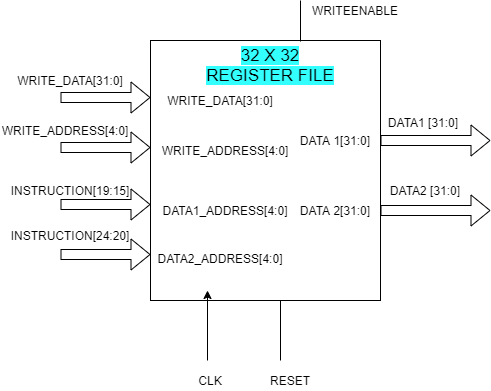
Before: images/hardware_units/reg_file/reg_file.png, a diagram exported from draw.io (cepdnaclk/e16-co502-RV32IM-pipeline-implementation-group1). Source tidied: cells renumbered, new cells last; positions are measured from the earlier drawing's top-left corner, leaving out a move shared by most shapes. Source of this version:
```xml
<mxGraphModel>
  <root>
    <mxCell id="0" />
    <mxCell id="1" parent="0" />
    <mxCell id="2" style="rounded=0;whiteSpace=wrap;html=1;" parent="1" vertex="1">
      <mxGeometry x="150" y="40" width="230" height="260" as="geometry" />
    </mxCell>
    <mxCell id="3" value="&lt;font style=&quot;font-size: 17px ; background-color: rgb(51 , 255 , 255)&quot;&gt;32 X 32&lt;br&gt;REGISTER FILE&lt;/font&gt;" style="text;html=1;strokeColor=none;fillColor=none;align=center;verticalAlign=middle;whiteSpace=wrap;rounded=0;" parent="1" vertex="1">
      <mxGeometry x="200" y="40" width="140" height="50" as="geometry" />
    </mxCell>
    <mxCell id="4" style="shape=flexArrow;endArrow=classic;html=1;" parent="1" edge="1">
      <mxGeometry relative="1" as="geometry">
        <mxPoint x="60" y="97" as="sourcePoint" />
        <mxPoint x="150" y="97" as="targetPoint" />
      </mxGeometry>
    </mxCell>
    <mxCell id="5" style="shape=flexArrow;endArrow=classic;html=1;" parent="1" edge="1">
      <mxGeometry relative="1" as="geometry">
        <mxPoint x="60" y="147" as="sourcePoint" />
        <mxPoint x="150" y="147" as="targetPoint" />
      </mxGeometry>
    </mxCell>
    <mxCell id="6" style="shape=flexArrow;endArrow=classic;html=1;" parent="1" edge="1">
      <mxGeometry relative="1" as="geometry">
        <mxPoint x="60" y="204" as="sourcePoint" />
        <mxPoint x="150" y="204" as="targetPoint" />
      </mxGeometry>
    </mxCell>
    <mxCell id="7" style="shape=flexArrow;endArrow=classic;html=1;" parent="1" edge="1">
      <mxGeometry relative="1" as="geometry">
        <mxPoint x="60" y="254" as="sourcePoint" />
        <mxPoint x="150" y="254" as="targetPoint" />
      </mxGeometry>
    </mxCell>
    <mxCell id="8" style="shape=flexArrow;endArrow=classic;html=1;" parent="1" edge="1">
      <mxGeometry relative="1" as="geometry">
        <mxPoint x="380" y="140" as="sourcePoint" />
        <mxPoint x="490" y="140" as="targetPoint" />
      </mxGeometry>
    </mxCell>
    <mxCell id="9" style="shape=flexArrow;endArrow=classic;html=1;" parent="1" edge="1">
      <mxGeometry relative="1" as="geometry">
        <mxPoint x="380" y="210" as="sourcePoint" />
        <mxPoint x="490" y="210" as="targetPoint" />
      </mxGeometry>
    </mxCell>
    <mxCell id="10" style="endArrow=classic;html=1;" parent="1" edge="1">
      <mxGeometry relative="1" as="geometry">
        <mxPoint x="207" y="360" as="sourcePoint" />
        <mxPoint x="207" y="290" as="targetPoint" />
      </mxGeometry>
    </mxCell>
    <mxCell id="11" value="CLK" style="text;html=1;strokeColor=none;fillColor=none;align=center;verticalAlign=middle;whiteSpace=wrap;rounded=0;" parent="1" vertex="1">
      <mxGeometry x="190" y="370" width="40" height="20" as="geometry" />
    </mxCell>
    <mxCell id="12" style="endArrow=none;html=1;" parent="1" edge="1">
      <mxGeometry relative="1" as="geometry">
        <mxPoint x="280" y="360" as="sourcePoint" />
        <mxPoint x="280" y="300" as="targetPoint" />
      </mxGeometry>
    </mxCell>
    <mxCell id="13" value="RESET" style="text;html=1;strokeColor=none;fillColor=none;align=center;verticalAlign=middle;whiteSpace=wrap;rounded=0;" parent="1" vertex="1">
      <mxGeometry x="270" y="370" width="40" height="20" as="geometry" />
    </mxCell>
    <mxCell id="14" style="endArrow=none;html=1;" parent="1" edge="1">
      <mxGeometry relative="1" as="geometry">
        <mxPoint x="300" y="41" as="sourcePoint" />
        <mxPoint x="300" as="targetPoint" />
      </mxGeometry>
    </mxCell>
    <mxCell id="15" value="WRITEENABLE" style="text;html=1;strokeColor=none;fillColor=none;align=center;verticalAlign=middle;whiteSpace=wrap;rounded=0;" parent="1" vertex="1">
      <mxGeometry x="310" width="90" height="20" as="geometry" />
    </mxCell>
    <mxCell id="16" value="DATA2_ADDRESS[4:0]" style="text;html=1;strokeColor=none;fillColor=none;align=center;verticalAlign=middle;whiteSpace=wrap;rounded=0;" parent="1" vertex="1">
      <mxGeometry x="160" y="245" width="120" height="25" as="geometry" />
    </mxCell>
    <mxCell id="17" value="DATA1_ADDRESS[4:0]" style="text;html=1;strokeColor=none;fillColor=none;align=center;verticalAlign=middle;whiteSpace=wrap;rounded=0;" parent="1" vertex="1">
      <mxGeometry x="160" y="200" width="130" height="20" as="geometry" />
    </mxCell>
    <mxCell id="18" style="edgeStyle=orthogonalEdgeStyle;rounded=0;orthogonalLoop=1;jettySize=auto;html=1;exitX=0.5;exitY=1;exitDx=0;exitDy=0;" parent="1" edge="1" source="17" target="17">
      <mxGeometry relative="1" as="geometry" />
    </mxCell>
    <mxCell id="19" value="WRITE_ADDRESS[4:0]" style="text;html=1;strokeColor=none;fillColor=none;align=center;verticalAlign=middle;whiteSpace=wrap;rounded=0;" parent="1" vertex="1">
      <mxGeometry x="160" y="140" width="130" height="20" as="geometry" />
    </mxCell>
    <mxCell id="20" value="WRITE_DATA[31:0]" style="text;html=1;strokeColor=none;fillColor=none;align=center;verticalAlign=middle;whiteSpace=wrap;rounded=0;" parent="1" vertex="1">
      <mxGeometry x="160" y="90" width="120" height="20" as="geometry" />
    </mxCell>
    <mxCell id="21" value="DATA 1[31:0]" style="text;html=1;strokeColor=none;fillColor=none;align=center;verticalAlign=middle;whiteSpace=wrap;rounded=0;" parent="1" vertex="1">
      <mxGeometry x="290" y="130" width="90" height="20" as="geometry" />
    </mxCell>
    <mxCell id="22" value="DATA 2[31:0]" style="text;html=1;strokeColor=none;fillColor=none;align=center;verticalAlign=middle;whiteSpace=wrap;rounded=0;" parent="1" vertex="1">
      <mxGeometry x="290" y="200" width="90" height="20" as="geometry" />
    </mxCell>
    <mxCell id="23" value="INSTRUCTION[19:15]" style="text;html=1;strokeColor=none;fillColor=none;align=center;verticalAlign=middle;whiteSpace=wrap;rounded=0;" parent="1" vertex="1">
      <mxGeometry x="10" y="180" width="120" height="20" as="geometry" />
    </mxCell>
    <mxCell id="24" value="INSTRUCTION[24:20]" style="text;html=1;strokeColor=none;fillColor=none;align=center;verticalAlign=middle;whiteSpace=wrap;rounded=0;" parent="1" vertex="1">
      <mxGeometry x="10" y="225" width="120" height="20" as="geometry" />
    </mxCell>
    <mxCell id="25" value="WRITE_DATA[31:0]" style="text;html=1;strokeColor=none;fillColor=none;align=center;verticalAlign=middle;whiteSpace=wrap;rounded=0;" parent="1" vertex="1">
      <mxGeometry x="10" y="70" width="120" height="20" as="geometry" />
    </mxCell>
    <mxCell id="26" value="WRITE_ADDRESS[4:0]" style="text;html=1;strokeColor=none;fillColor=none;align=center;verticalAlign=middle;whiteSpace=wrap;rounded=0;" parent="1" vertex="1">
      <mxGeometry y="120" width="130" height="20" as="geometry" />
    </mxCell>
    <mxCell id="27" value="DATA1 [31:0]" style="text;html=1;strokeColor=none;fillColor=none;align=center;verticalAlign=middle;whiteSpace=wrap;rounded=0;" parent="1" vertex="1">
      <mxGeometry x="378" y="112" width="90" height="20" as="geometry" />
    </mxCell>
    <mxCell id="28" value="DATA2 [31:0]" style="text;html=1;strokeColor=none;fillColor=none;align=center;verticalAlign=middle;whiteSpace=wrap;rounded=0;" parent="1" vertex="1">
      <mxGeometry x="380" y="180" width="90" height="20" as="geometry" />
    </mxCell>
  </root>
</mxGraphModel>
```
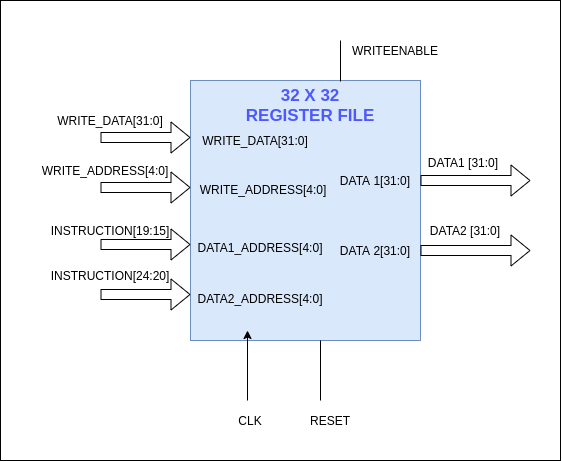
The same diagram one commit later.

What changed in the source:
```diff
@@ -2,113 +2,119 @@
   <root>
     <mxCell id="0" />
     <mxCell id="1" parent="0" />
-    <mxCell id="2" style="rounded=0;whiteSpace=wrap;html=1;" parent="1" vertex="1">
-      <mxGeometry x="150" y="40" width="230" height="260" as="geometry" />
+    <mxCell id="2" style="group;" parent="1" vertex="1">
+      <mxGeometry x="150" y="40" width="560" height="460" as="geometry" />
     </mxCell>
-    <mxCell id="3" value="&lt;font style=&quot;font-size: 17px ; background-color: rgb(51 , 255 , 255)&quot;&gt;32 X 32&lt;br&gt;REGISTER FILE&lt;/font&gt;" style="text;html=1;strokeColor=none;fillColor=none;align=center;verticalAlign=middle;whiteSpace=wrap;rounded=0;" parent="1" vertex="1">
-      <mxGeometry x="200" y="40" width="140" height="50" as="geometry" />
+    <mxCell id="3" style="rounded=0;whiteSpace=wrap;html=1;" parent="2" vertex="1">
+      <mxGeometry width="560" height="460" as="geometry" />
     </mxCell>
-    <mxCell id="4" style="shape=flexArrow;endArrow=classic;html=1;" parent="1" edge="1">
-      <mxGeometry relative="1" as="geometry">
-        <mxPoint x="60" y="97" as="sourcePoint" />
-        <mxPoint x="150" y="97" as="targetPoint" />
-      </mxGeometry>
+    <mxCell id="4" style="rounded=0;whiteSpace=wrap;html=1;fillColor=#dae8fc;strokeColor=#6c8ebf;" parent="2" vertex="1">
+      <mxGeometry x="190" y="80" width="230" height="260" as="geometry" />
     </mxCell>
-    <mxCell id="5" style="shape=flexArrow;endArrow=classic;html=1;" parent="1" edge="1">
-      <mxGeometry relative="1" as="geometry">
-        <mxPoint x="60" y="147" as="sourcePoint" />
-        <mxPoint x="150" y="147" as="targetPoint" />
-      </mxGeometry>
+    <mxCell id="5" value="&lt;font style=&quot;font-size: 17px&quot; color=&quot;#4d58ff&quot;&gt;&lt;b&gt;32 X 32&lt;br&gt;REGISTER FILE&lt;/b&gt;&lt;/font&gt;" style="text;html=1;strokeColor=none;fillColor=none;align=center;verticalAlign=middle;whiteSpace=wrap;rounded=0;" parent="2" vertex="1">
+      <mxGeometry x="240" y="80" width="140" height="50" as="geometry" />
     </mxCell>
-    <mxCell id="6" style="shape=flexArrow;endArrow=classic;html=1;" parent="1" edge="1">
+    <mxCell id="6" style="shape=flexArrow;endArrow=classic;html=1;" parent="2" edge="1">
       <mxGeometry relative="1" as="geometry">
-        <mxPoint x="60" y="204" as="sourcePoint" />
-        <mxPoint x="150" y="204" as="targetPoint" />
+        <mxPoint x="100" y="137" as="sourcePoint" />
+        <mxPoint x="190" y="137" as="targetPoint" />
       </mxGeometry>
     </mxCell>
-    <mxCell id="7" style="shape=flexArrow;endArrow=classic;html=1;" parent="1" edge="1">
+    <mxCell id="7" style="shape=flexArrow;endArrow=classic;html=1;" parent="2" edge="1">
       <mxGeometry relative="1" as="geometry">
-        <mxPoint x="60" y="254" as="sourcePoint" />
-        <mxPoint x="150" y="254" as="targetPoint" />
+        <mxPoint x="100" y="187" as="sourcePoint" />
+        <mxPoint x="190" y="187" as="targetPoint" />
       </mxGeometry>
     </mxCell>
-    <mxCell id="8" style="shape=flexArrow;endArrow=classic;html=1;" parent="1" edge="1">
+    <mxCell id="8" style="shape=flexArrow;endArrow=classic;html=1;" parent="2" edge="1">
       <mxGeometry relative="1" as="geometry">
-        <mxPoint x="380" y="140" as="sourcePoint" />
-        <mxPoint x="490" y="140" as="targetPoint" />
+        <mxPoint x="100" y="244" as="sourcePoint" />
+        <mxPoint x="190" y="244" as="targetPoint" />
       </mxGeometry>
     </mxCell>
-    <mxCell id="9" style="shape=flexArrow;endArrow=classic;html=1;" parent="1" edge="1">
+    <mxCell id="9" style="shape=flexArrow;endArrow=classic;html=1;" parent="2" edge="1">
       <mxGeometry relative="1" as="geometry">
-        <mxPoint x="380" y="210" as="sourcePoint" />
-        <mxPoint x="490" y="210" as="targetPoint" />
+        <mxPoint x="100" y="294" as="sourcePoint" />
+        <mxPoint x="190" y="294" as="targetPoint" />
       </mxGeometry>
     </mxCell>
-    <mxCell id="10" style="endArrow=classic;html=1;" parent="1" edge="1">
+    <mxCell id="10" style="shape=flexArrow;endArrow=classic;html=1;" parent="2" edge="1">
       <mxGeometry relative="1" as="geometry">
-        <mxPoint x="207" y="360" as="sourcePoint" />
-        <mxPoint x="207" y="290" as="targetPoint" />
+        <mxPoint x="420" y="180" as="sourcePoint" />
+        <mxPoint x="530" y="180" as="targetPoint" />
       </mxGeometry>
     </mxCell>
-    <mxCell id="11" value="CLK" style="text;html=1;strokeColor=none;fillColor=none;align=center;verticalAlign=middle;whiteSpace=wrap;rounded=0;" parent="1" vertex="1">
-      <mxGeometry x="190" y="370" width="40" height="20" as="geometry" />
+    <mxCell id="11" style="shape=flexArrow;endArrow=classic;html=1;" parent="2" edge="1">
+      <mxGeometry relative="1" as="geometry">
+        <mxPoint x="420" y="250" as="sourcePoint" />
+        <mxPoint x="530" y="250" as="targetPoint" />
+      </mxGeometry>
     </mxCell>
-    <mxCell id="12" style="endArrow=none;html=1;" parent="1" edge="1">
+    <mxCell id="12" style="endArrow=classic;html=1;" parent="2" edge="1">
       <mxGeometry relative="1" as="geometry">
-        <mxPoint x="280" y="360" as="sourcePoint" />
-        <mxPoint x="280" y="300" as="targetPoint" />
+        <mxPoint x="247" y="400" as="sourcePoint" />
+        <mxPoint x="247" y="330" as="targetPoint" />
       </mxGeometry>
     </mxCell>
-    <mxCell id="13" value="RESET" style="text;html=1;strokeColor=none;fillColor=none;align=center;verticalAlign=middle;whiteSpace=wrap;rounded=0;" parent="1" vertex="1">
-      <mxGeometry x="270" y="370" width="40" height="20" as="geometry" />
+    <mxCell id="13" value="CLK" style="text;html=1;strokeColor=none;fillColor=none;align=center;verticalAlign=middle;whiteSpace=wrap;rounded=0;" parent="2" vertex="1">
+      <mxGeometry x="230" y="410" width="40" height="20" as="geometry" />
     </mxCell>
-    <mxCell id="14" style="endArrow=none;html=1;" parent="1" edge="1">
+    <mxCell id="14" style="endArrow=none;html=1;" parent="2" edge="1">
       <mxGeometry relative="1" as="geometry">
-        <mxPoint x="300" y="41" as="sourcePoint" />
-        <mxPoint x="300" as="targetPoint" />
+        <mxPoint x="320" y="400" as="sourcePoint" />
+        <mxPoint x="320" y="340" as="targetPoint" />
       </mxGeometry>
     </mxCell>
-    <mxCell id="15" value="WRITEENABLE" style="text;html=1;strokeColor=none;fillColor=none;align=center;verticalAlign=middle;whiteSpace=wrap;rounded=0;" parent="1" vertex="1">
-      <mxGeometry x="310" width="90" height="20" as="geometry" />
+    <mxCell id="15" value="RESET" style="text;html=1;strokeColor=none;fillColor=none;align=center;verticalAlign=middle;whiteSpace=wrap;rounded=0;" parent="2" vertex="1">
+      <mxGeometry x="310" y="410" width="40" height="20" as="geometry" />
     </mxCell>
-    <mxCell id="16" value="DATA2_ADDRESS[4:0]" style="text;html=1;strokeColor=none;fillColor=none;align=center;verticalAlign=middle;whiteSpace=wrap;rounded=0;" parent="1" vertex="1">
-      <mxGeometry x="160" y="245" width="120" height="25" as="geometry" />
+    <mxCell id="16" style="endArrow=none;html=1;" parent="2" edge="1">
+      <mxGeometry relative="1" as="geometry">
+        <mxPoint x="340" y="81" as="sourcePoint" />
+        <mxPoint x="340" y="40" as="targetPoint" />
+      </mxGeometry>
     </mxCell>
-    <mxCell id="17" value="DATA1_ADDRESS[4:0]" style="text;html=1;strokeColor=none;fillColor=none;align=center;verticalAlign=middle;whiteSpace=wrap;rounded=0;" parent="1" vertex="1">
-      <mxGeometry x="160" y="200" width="130" height="20" as="geometry" />
+    <mxCell id="17" value="WRITEENABLE" style="text;html=1;strokeColor=none;fillColor=none;align=center;verticalAlign=middle;whiteSpace=wrap;rounded=0;" parent="2" vertex="1">
+      <mxGeometry x="350" y="40" width="90" height="20" as="geometry" />
     </mxCell>
-    <mxCell id="18" style="edgeStyle=orthogonalEdgeStyle;rounded=0;orthogonalLoop=1;jettySize=auto;html=1;exitX=0.5;exitY=1;exitDx=0;exitDy=0;" parent="1" edge="1" source="17" target="17">
-      <mxGeometry relative="1" as="geometry" />
+    <mxCell id="18" value="DATA2_ADDRESS[4:0]" style="text;html=1;strokeColor=none;fillColor=none;align=center;verticalAlign=middle;whiteSpace=wrap;rounded=0;" parent="2" vertex="1">
+      <mxGeometry x="200" y="285" width="120" height="25" as="geometry" />
     </mxCell>
-    <mxCell id="19" value="WRITE_ADDRESS[4:0]" style="text;html=1;strokeColor=none;fillColor=none;align=center;verticalAlign=middle;whiteSpace=wrap;rounded=0;" parent="1" vertex="1">
-      <mxGeometry x="160" y="140" width="130" height="20" as="geometry" />
+    <mxCell id="19" value="DATA1_ADDRESS[4:0]" style="text;html=1;strokeColor=none;fillColor=none;align=center;verticalAlign=middle;whiteSpace=wrap;rounded=0;" parent="2" vertex="1">
+      <mxGeometry x="195" y="237" width="130" height="20" as="geometry" />
     </mxCell>
-    <mxCell id="20" value="WRITE_DATA[31:0]" style="text;html=1;strokeColor=none;fillColor=none;align=center;verticalAlign=middle;whiteSpace=wrap;rounded=0;" parent="1" vertex="1">
-      <mxGeometry x="160" y="90" width="120" height="20" as="geometry" />
+    <mxCell id="20" style="edgeStyle=orthogonalEdgeStyle;rounded=0;orthogonalLoop=1;jettySize=auto;html=1;exitX=0.5;exitY=1;exitDx=0;exitDy=0;" parent="2" edge="1" source="19" target="19">
+      <mxGeometry relative="1" as="geometry" />
     </mxCell>
-    <mxCell id="21" value="DATA 1[31:0]" style="text;html=1;strokeColor=none;fillColor=none;align=center;verticalAlign=middle;whiteSpace=wrap;rounded=0;" parent="1" vertex="1">
-      <mxGeometry x="290" y="130" width="90" height="20" as="geometry" />
+    <mxCell id="21" value="WRITE_ADDRESS[4:0]" style="text;html=1;strokeColor=none;fillColor=none;align=center;verticalAlign=middle;whiteSpace=wrap;rounded=0;" parent="2" vertex="1">
+      <mxGeometry x="198" y="179" width="130" height="20" as="geometry" />
     </mxCell>
-    <mxCell id="22" value="DATA 2[31:0]" style="text;html=1;strokeColor=none;fillColor=none;align=center;verticalAlign=middle;whiteSpace=wrap;rounded=0;" parent="1" vertex="1">
-      <mxGeometry x="290" y="200" width="90" height="20" as="geometry" />
+    <mxCell id="22" value="WRITE_DATA[31:0]" style="text;html=1;strokeColor=none;fillColor=none;align=center;verticalAlign=middle;whiteSpace=wrap;rounded=0;" parent="2" vertex="1">
+      <mxGeometry x="195" y="130" width="120" height="20" as="geometry" />
     </mxCell>
-    <mxCell id="23" value="INSTRUCTION[19:15]" style="text;html=1;strokeColor=none;fillColor=none;align=center;verticalAlign=middle;whiteSpace=wrap;rounded=0;" parent="1" vertex="1">
-      <mxGeometry x="10" y="180" width="120" height="20" as="geometry" />
+    <mxCell id="23" value="DATA 1[31:0]" style="text;html=1;strokeColor=none;fillColor=none;align=center;verticalAlign=middle;whiteSpace=wrap;rounded=0;" parent="2" vertex="1">
+      <mxGeometry x="330" y="170" width="90" height="20" as="geometry" />
     </mxCell>
-    <mxCell id="24" value="INSTRUCTION[24:20]" style="text;html=1;strokeColor=none;fillColor=none;align=center;verticalAlign=middle;whiteSpace=wrap;rounded=0;" parent="1" vertex="1">
-      <mxGeometry x="10" y="225" width="120" height="20" as="geometry" />
+    <mxCell id="24" value="DATA 2[31:0]" style="text;html=1;strokeColor=none;fillColor=none;align=center;verticalAlign=middle;whiteSpace=wrap;rounded=0;" parent="2" vertex="1">
+      <mxGeometry x="330" y="240" width="90" height="20" as="geometry" />
     </mxCell>
-    <mxCell id="25" value="WRITE_DATA[31:0]" style="text;html=1;strokeColor=none;fillColor=none;align=center;verticalAlign=middle;whiteSpace=wrap;rounded=0;" parent="1" vertex="1">
-      <mxGeometry x="10" y="70" width="120" height="20" as="geometry" />
+    <mxCell id="25" value="INSTRUCTION[19:15]" style="text;html=1;strokeColor=none;fillColor=none;align=center;verticalAlign=middle;whiteSpace=wrap;rounded=0;" parent="2" vertex="1">
+      <mxGeometry x="50" y="220" width="120" height="20" as="geometry" />
     </mxCell>
-    <mxCell id="26" value="WRITE_ADDRESS[4:0]" style="text;html=1;strokeColor=none;fillColor=none;align=center;verticalAlign=middle;whiteSpace=wrap;rounded=0;" parent="1" vertex="1">
-      <mxGeometry y="120" width="130" height="20" as="geometry" />
+    <mxCell id="26" value="INSTRUCTION[24:20]" style="text;html=1;strokeColor=none;fillColor=none;align=center;verticalAlign=middle;whiteSpace=wrap;rounded=0;" parent="2" vertex="1">
+      <mxGeometry x="50" y="265" width="120" height="20" as="geometry" />
     </mxCell>
-    <mxCell id="27" value="DATA1 [31:0]" style="text;html=1;strokeColor=none;fillColor=none;align=center;verticalAlign=middle;whiteSpace=wrap;rounded=0;" parent="1" vertex="1">
-      <mxGeometry x="378" y="112" width="90" height="20" as="geometry" />
+    <mxCell id="27" value="WRITE_DATA[31:0]" style="text;html=1;strokeColor=none;fillColor=none;align=center;verticalAlign=middle;whiteSpace=wrap;rounded=0;" parent="2" vertex="1">
+      <mxGeometry x="50" y="110" width="120" height="20" as="geometry" />
     </mxCell>
-    <mxCell id="28" value="DATA2 [31:0]" style="text;html=1;strokeColor=none;fillColor=none;align=center;verticalAlign=middle;whiteSpace=wrap;rounded=0;" parent="1" vertex="1">
-      <mxGeometry x="380" y="180" width="90" height="20" as="geometry" />
+    <mxCell id="28" value="WRITE_ADDRESS[4:0]" style="text;html=1;strokeColor=none;fillColor=none;align=center;verticalAlign=middle;whiteSpace=wrap;rounded=0;" parent="2" vertex="1">
+      <mxGeometry x="40" y="160" width="130" height="20" as="geometry" />
     </mxCell>
+    <mxCell id="29" value="DATA1 [31:0]" style="text;html=1;strokeColor=none;fillColor=none;align=center;verticalAlign=middle;whiteSpace=wrap;rounded=0;" parent="2" vertex="1">
+      <mxGeometry x="418" y="152" width="90" height="20" as="geometry" />
+    </mxCell>
+    <mxCell id="30" value="DATA2 [31:0]" style="text;html=1;strokeColor=none;fillColor=none;align=center;verticalAlign=middle;whiteSpace=wrap;rounded=0;" parent="2" vertex="1">
+      <mxGeometry x="420" y="220" width="90" height="20" as="geometry" />
+    </mxCell>
   </root>
 </mxGraphModel>
```
